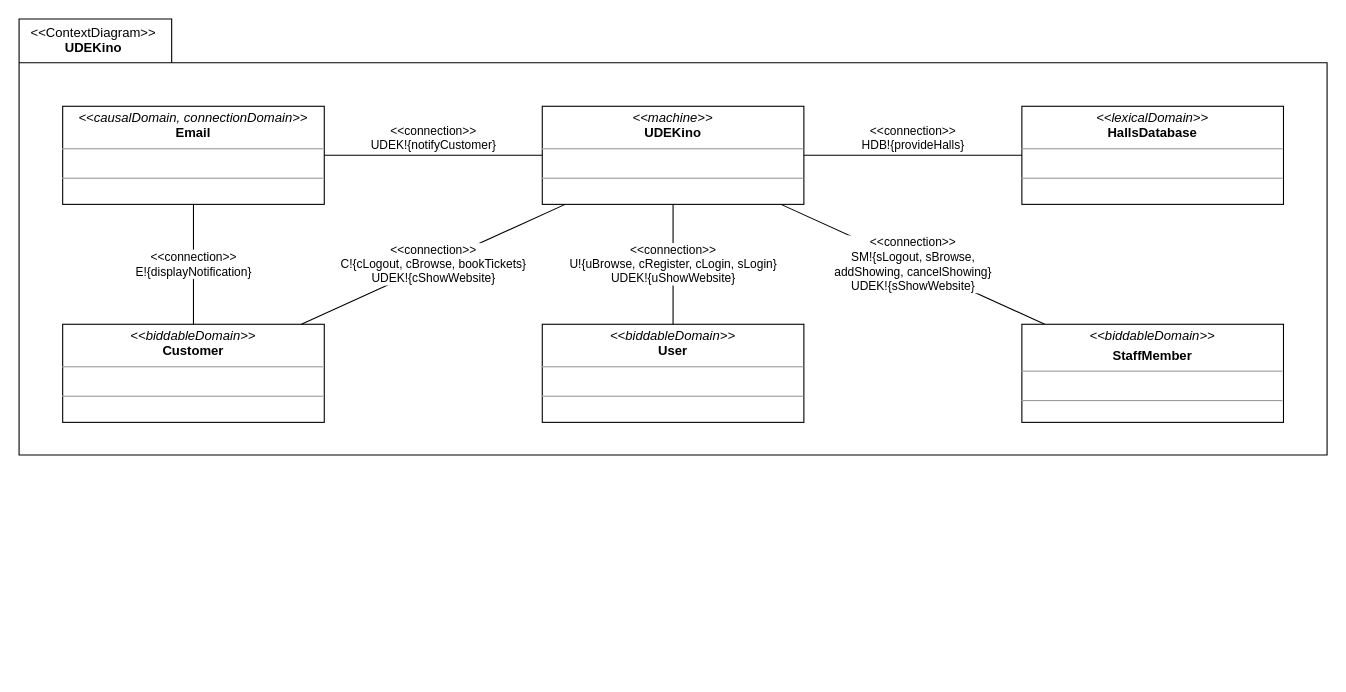
This is a02_context_diagram.drawio from melvdlin/swtlab, a draw.io file, before an edit. Source tidied: cells renumbered, new cells numbered last; positions are measured from the earlier drawing's top-left corner, leaving out a move shared by most shapes. Both pictures are drawn from the tidied source at 109%, with x=0, y=0 at pixel (19, 19).
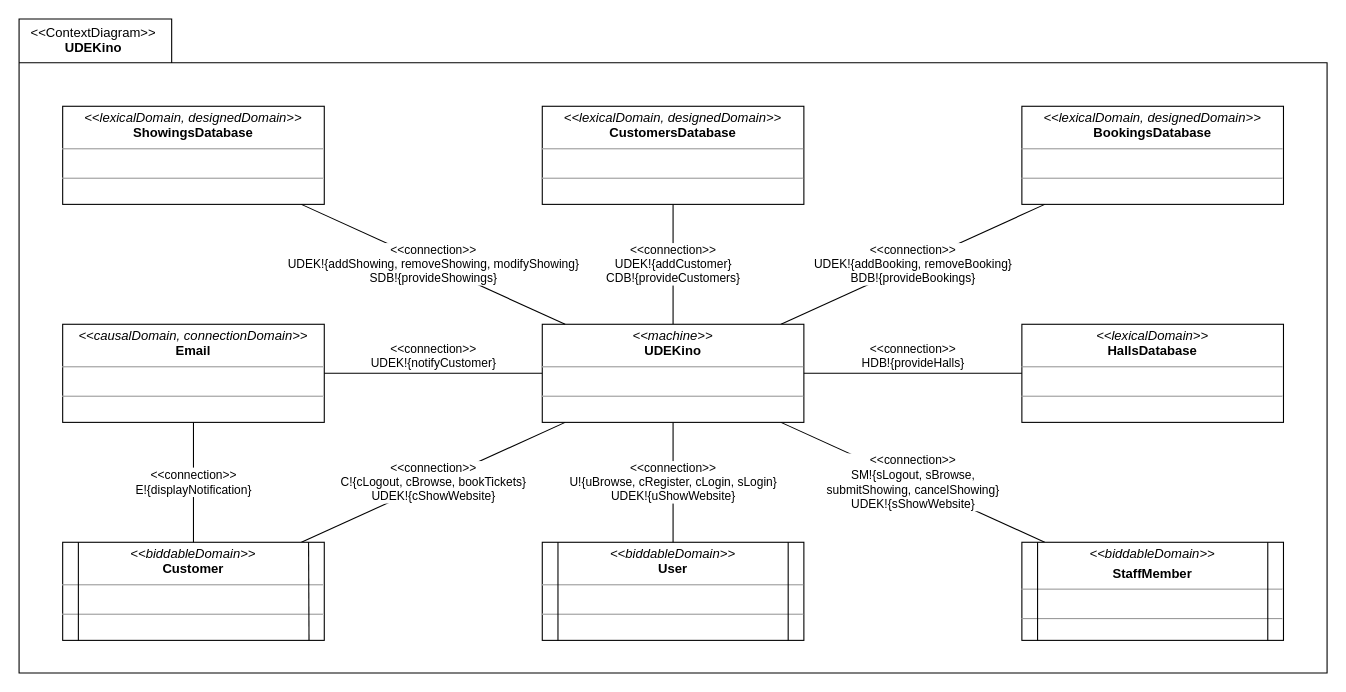
Above is the later version.

The edit, as a diff of the source:
```diff
@@
     <mxCell id="2" value="&lt;div style=&quot;&quot;&gt;&lt;span style=&quot;font-weight: 400; background-color: initial;&quot;&gt;&amp;lt;&amp;lt;ContextDiagram&amp;gt;&amp;gt;&lt;/span&gt;&lt;/div&gt;&lt;div style=&quot;text-align: center;&quot;&gt;&lt;span style=&quot;background-color: initial;&quot;&gt;UDEKino&lt;/span&gt;&lt;/div&gt;" style="shape=folder;fontStyle=1;spacingTop=1;tabWidth=140;tabHeight=40;tabPosition=left;html=1;rounded=0;shadow=0;glass=0;comic=0;sketch=0;gradientColor=none;labelPosition=center;verticalLabelPosition=middle;align=left;verticalAlign=top;spacing=0;spacingLeft=11;" parent="1" vertex="1">
-      <mxGeometry width="1200" height="400" as="geometry" />
+      <mxGeometry width="1200" height="600" as="geometry" />
     </mxCell>
-    <mxCell id="3" style="group;" parent="1" vertex="1">
-      <mxGeometry x="40" y="80" width="1120" height="290" as="geometry" />
-    </mxCell>
-    <mxCell id="4" value="&lt;p style=&quot;margin: 0px ; margin-top: 4px ; text-align: center&quot;&gt;&lt;i&gt;&amp;lt;&amp;lt;biddableDomain&amp;gt;&amp;gt;&lt;/i&gt;&lt;br&gt;&lt;b&gt;Customer&lt;/b&gt;&lt;/p&gt;&lt;hr size=&quot;1&quot;&gt;&lt;p style=&quot;margin: 0px ; margin-left: 4px&quot;&gt;&lt;br&gt;&lt;/p&gt;&lt;hr size=&quot;1&quot;&gt;&lt;p style=&quot;margin: 0px ; margin-left: 4px&quot;&gt;&lt;br&gt;&lt;/p&gt;" style="verticalAlign=top;align=left;overflow=fill;fontSize=12;fontFamily=Helvetica;html=1;rounded=0;shadow=0;glass=0;comic=0;sketch=0;fontColor=default;gradientColor=none;" parent="3" vertex="1">
-      <mxGeometry y="200" width="240" height="90" as="geometry" />
-    </mxCell>
-    <mxCell id="5" value="&amp;lt;&amp;lt;connection&amp;gt;&amp;gt;&lt;br&gt;E!{displayNotification}" style="edgeStyle=none;rounded=0;jettySize=auto;html=1;endArrow=none;endFill=0;" parent="3" edge="1" source="6" target="4">
-      <mxGeometry relative="1" as="geometry" />
-    </mxCell>
+    <mxCell id="16" style="group;" parent="1" vertex="1">
+      <mxGeometry x="40" y="80" width="1120" height="490" as="geometry" />
+    </mxCell>
+    <mxCell id="17" value="&lt;p style=&quot;margin: 0px ; margin-top: 4px ; text-align: center&quot;&gt;&lt;i&gt;&amp;lt;&amp;lt;lexicalDomain, designedDomain&amp;gt;&amp;gt;&lt;/i&gt;&lt;br&gt;&lt;b&gt;ShowingsDatabase&lt;/b&gt;&lt;/p&gt;&lt;hr size=&quot;1&quot;&gt;&lt;p style=&quot;margin: 0px ; margin-left: 4px&quot;&gt;&lt;br&gt;&lt;/p&gt;&lt;hr size=&quot;1&quot;&gt;&lt;p style=&quot;margin: 0px ; margin-left: 4px&quot;&gt;&lt;br&gt;&lt;/p&gt;" style="verticalAlign=top;align=left;overflow=fill;fontSize=12;fontFamily=Helvetica;html=1;rounded=0;shadow=0;glass=0;comic=0;sketch=0;fontColor=default;gradientColor=none;strokeWidth=1;" parent="16" vertex="1">
+      <mxGeometry width="240" height="90" as="geometry" />
+    </mxCell>
+    <mxCell id="18" value="&lt;p style=&quot;margin: 0px ; margin-top: 4px ; text-align: center&quot;&gt;&lt;i&gt;&amp;lt;&amp;lt;lexicalDomain, designedDomain&amp;gt;&amp;gt;&lt;/i&gt;&lt;br&gt;&lt;b&gt;CustomersDatabase&lt;/b&gt;&lt;/p&gt;&lt;hr size=&quot;1&quot;&gt;&lt;p style=&quot;margin: 0px ; margin-left: 4px&quot;&gt;&lt;br&gt;&lt;/p&gt;&lt;hr size=&quot;1&quot;&gt;&lt;p style=&quot;margin: 0px ; margin-left: 4px&quot;&gt;&lt;br&gt;&lt;/p&gt;" style="verticalAlign=top;align=left;overflow=fill;fontSize=12;fontFamily=Helvetica;html=1;rounded=0;shadow=0;glass=0;comic=0;sketch=0;fontColor=default;gradientColor=none;strokeWidth=1;" parent="16" vertex="1">
+      <mxGeometry x="440" width="240" height="90" as="geometry" />
+    </mxCell>
+    <mxCell id="19" value="&lt;p style=&quot;margin: 0px ; margin-top: 4px ; text-align: center&quot;&gt;&lt;i&gt;&amp;lt;&amp;lt;lexicalDomain, designedDomain&amp;gt;&amp;gt;&lt;/i&gt;&lt;br&gt;&lt;b&gt;BookingsDatabase&lt;/b&gt;&lt;/p&gt;&lt;hr size=&quot;1&quot;&gt;&lt;p style=&quot;margin: 0px ; margin-left: 4px&quot;&gt;&lt;br&gt;&lt;/p&gt;&lt;hr size=&quot;1&quot;&gt;&lt;p style=&quot;margin: 0px ; margin-left: 4px&quot;&gt;&lt;br&gt;&lt;/p&gt;" style="verticalAlign=top;align=left;overflow=fill;fontSize=12;fontFamily=Helvetica;html=1;rounded=0;shadow=0;glass=0;comic=0;sketch=0;fontColor=default;gradientColor=none;strokeWidth=1;" parent="16" vertex="1">
+      <mxGeometry x="880" width="240" height="90" as="geometry" />
+    </mxCell>
-    <mxCell id="6" value="&lt;p style=&quot;margin: 0px ; margin-top: 4px ; text-align: center&quot;&gt;&lt;i&gt;&amp;lt;&amp;lt;causalDomain, connectionDomain&amp;gt;&amp;gt;&lt;/i&gt;&lt;br&gt;&lt;b&gt;Email&lt;/b&gt;&lt;/p&gt;&lt;hr size=&quot;1&quot;&gt;&lt;p style=&quot;margin: 0px ; margin-left: 4px&quot;&gt;&lt;br&gt;&lt;/p&gt;&lt;hr size=&quot;1&quot;&gt;&lt;p style=&quot;margin: 0px ; margin-left: 4px&quot;&gt;&lt;br&gt;&lt;/p&gt;" style="verticalAlign=top;align=left;overflow=fill;fontSize=12;fontFamily=Helvetica;html=1;rounded=0;shadow=0;glass=0;comic=0;sketch=0;fontColor=default;gradientColor=none;" parent="3" vertex="1">
-      <mxGeometry width="240" height="90" as="geometry" />
+    <mxCell id="6" value="&lt;p style=&quot;margin: 0px ; margin-top: 4px ; text-align: center&quot;&gt;&lt;i&gt;&amp;lt;&amp;lt;causalDomain, connectionDomain&amp;gt;&amp;gt;&lt;/i&gt;&lt;br&gt;&lt;b&gt;Email&lt;/b&gt;&lt;/p&gt;&lt;hr size=&quot;1&quot;&gt;&lt;p style=&quot;margin: 0px ; margin-left: 4px&quot;&gt;&lt;br&gt;&lt;/p&gt;&lt;hr size=&quot;1&quot;&gt;&lt;p style=&quot;margin: 0px ; margin-left: 4px&quot;&gt;&lt;br&gt;&lt;/p&gt;" style="verticalAlign=top;align=left;overflow=fill;fontSize=12;fontFamily=Helvetica;html=1;rounded=0;shadow=0;glass=0;comic=0;sketch=0;fontColor=default;gradientColor=none;" parent="16" vertex="1">
+      <mxGeometry y="200" width="240" height="90" as="geometry" />
     </mxCell>
-    <mxCell id="7" value="&lt;p style=&quot;margin: 0px ; margin-top: 4px ; text-align: center&quot;&gt;&lt;i&gt;&amp;lt;&amp;lt;biddableDomain&amp;gt;&amp;gt;&lt;/i&gt;&lt;br&gt;&lt;b&gt;User&lt;/b&gt;&lt;/p&gt;&lt;hr size=&quot;1&quot;&gt;&lt;p style=&quot;margin: 0px ; margin-left: 4px&quot;&gt;&lt;br&gt;&lt;/p&gt;&lt;hr size=&quot;1&quot;&gt;&lt;p style=&quot;margin: 0px ; margin-left: 4px&quot;&gt;&lt;br&gt;&lt;/p&gt;" style="verticalAlign=top;align=left;overflow=fill;fontSize=12;fontFamily=Helvetica;html=1;rounded=0;shadow=0;glass=0;comic=0;sketch=0;fontColor=default;gradientColor=none;" parent="3" vertex="1">
-      <mxGeometry x="440" y="200" width="240" height="90" as="geometry" />
-    </mxCell>
-    <mxCell id="8" value="&amp;lt;&amp;lt;connection&amp;gt;&amp;gt;&lt;br&gt;UDEK!{notifyCustomer}" style="rounded=0;jettySize=auto;html=1;endArrow=none;endFill=0;verticalAlign=bottom;" parent="3" edge="1" source="10" target="6">
+    <mxCell id="8" value="&amp;lt;&amp;lt;connection&amp;gt;&amp;gt;&lt;br&gt;UDEK!{notifyCustomer}" style="rounded=0;jettySize=auto;html=1;endArrow=none;endFill=0;verticalAlign=bottom;" parent="16" edge="1" source="10" target="6">
       <mxGeometry relative="1" as="geometry" />
     </mxCell>
-    <mxCell id="9" value="&amp;lt;&amp;lt;connection&amp;gt;&amp;gt;&lt;br&gt;U!{uBrowse, cRegister, cLogin, sLogin}&lt;br&gt;UDEK!{uShowWebsite}" style="edgeStyle=none;rounded=0;jettySize=auto;html=1;endArrow=none;endFill=0;" parent="3" edge="1" source="10" target="7">
-      <mxGeometry relative="1" as="geometry" />
-    </mxCell>
+    <mxCell id="20" value="&amp;lt;&amp;lt;connection&amp;gt;&amp;gt;&lt;br&gt;UDEK!{addCustomer}&lt;br&gt;CDB!{provideCustomers}" style="edgeStyle=none;shape=connector;rounded=0;jettySize=auto;html=1;labelBackgroundColor=default;fontFamily=Helvetica;fontSize=11;fontColor=default;endArrow=none;endFill=0;strokeColor=default;strokeWidth=1;" parent="16" edge="1" source="10" target="18">
+      <mxGeometry relative="1" as="geometry" />
+    </mxCell>
+    <mxCell id="21" value="&amp;lt;&amp;lt;connection&amp;gt;&amp;gt;&lt;br&gt;UDEK!{addBooking, removeBooking}&lt;br&gt;BDB!{provideBookings}" style="edgeStyle=none;shape=connector;rounded=0;jettySize=auto;html=1;labelBackgroundColor=default;fontFamily=Helvetica;fontSize=11;fontColor=default;endArrow=none;endFill=0;strokeColor=default;strokeWidth=1;" parent="16" edge="1" source="10" target="19">
+      <mxGeometry relative="1" as="geometry" />
+    </mxCell>
-    <mxCell id="10" value="&lt;p style=&quot;margin:0px;margin-top:4px;text-align:center;&quot;&gt;&lt;i&gt;&amp;lt;&amp;lt;machine&amp;gt;&amp;gt;&lt;/i&gt;&lt;br&gt;&lt;b&gt;UDEKino&lt;/b&gt;&lt;/p&gt;&lt;hr size=&quot;1&quot;&gt;&lt;p style=&quot;margin:0px;margin-left:4px;&quot;&gt;&lt;br&gt;&lt;/p&gt;&lt;hr size=&quot;1&quot;&gt;&lt;p style=&quot;margin:0px;margin-left:4px;&quot;&gt;&lt;br&gt;&lt;/p&gt;" style="verticalAlign=top;align=left;overflow=fill;fontSize=12;fontFamily=Helvetica;html=1;rounded=0;shadow=0;glass=0;comic=0;sketch=0;fontColor=default;gradientColor=none;" parent="3" vertex="1">
-      <mxGeometry x="440" width="240" height="90" as="geometry" />
+    <mxCell id="10" value="&lt;p style=&quot;margin:0px;margin-top:4px;text-align:center;&quot;&gt;&lt;i&gt;&amp;lt;&amp;lt;machine&amp;gt;&amp;gt;&lt;/i&gt;&lt;br&gt;&lt;b&gt;UDEKino&lt;/b&gt;&lt;/p&gt;&lt;hr size=&quot;1&quot;&gt;&lt;p style=&quot;margin:0px;margin-left:4px;&quot;&gt;&lt;br&gt;&lt;/p&gt;&lt;hr size=&quot;1&quot;&gt;&lt;p style=&quot;margin:0px;margin-left:4px;&quot;&gt;&lt;br&gt;&lt;/p&gt;" style="verticalAlign=top;align=left;overflow=fill;fontSize=12;fontFamily=Helvetica;html=1;rounded=0;shadow=0;glass=0;comic=0;sketch=0;fontColor=default;gradientColor=none;" parent="16" vertex="1">
+      <mxGeometry x="440" y="200" width="240" height="90" as="geometry" />
     </mxCell>
+    <mxCell id="22" value="&amp;lt;&amp;lt;connection&amp;gt;&amp;gt;&lt;br&gt;UDEK!{addShowing, removeShowing, modifyShowing}&lt;br&gt;SDB!{provideShowings}" style="edgeStyle=none;shape=connector;rounded=0;jettySize=auto;html=1;labelBackgroundColor=default;fontFamily=Helvetica;fontSize=11;fontColor=default;endArrow=none;endFill=0;strokeColor=default;strokeWidth=1;" parent="16" edge="1" source="17" target="10">
+      <mxGeometry relative="1" as="geometry" />
+    </mxCell>
-    <mxCell id="11" value="&amp;lt;&amp;lt;connection&amp;gt;&amp;gt;&lt;br&gt;C!{cLogout, cBrowse, bookTickets}&lt;br&gt;UDEK!{cShowWebsite}" style="rounded=0;jettySize=auto;html=1;endArrow=none;endFill=0;verticalAlign=middle;" parent="3" edge="1" source="4" target="10">
+    <mxCell id="11" value="&amp;lt;&amp;lt;connection&amp;gt;&amp;gt;&lt;br&gt;C!{cLogout, cBrowse, bookTickets}&lt;br&gt;UDEK!{cShowWebsite}" style="rounded=0;jettySize=auto;html=1;endArrow=none;endFill=0;verticalAlign=middle;" parent="16" edge="1" source="4" target="10">
       <mxGeometry relative="1" as="geometry" />
     </mxCell>
-    <mxCell id="12" value="&lt;p style=&quot;margin: 0px ; margin-top: 4px ; text-align: center&quot;&gt;&lt;i&gt;&amp;lt;&amp;lt;lexicalDomain&amp;gt;&amp;gt;&lt;/i&gt;&lt;br&gt;&lt;b&gt;HallsDatabase&lt;/b&gt;&lt;/p&gt;&lt;hr size=&quot;1&quot;&gt;&lt;p style=&quot;margin: 0px ; margin-left: 4px&quot;&gt;&lt;br&gt;&lt;/p&gt;&lt;hr size=&quot;1&quot;&gt;&lt;p style=&quot;margin: 0px ; margin-left: 4px&quot;&gt;&lt;br&gt;&lt;/p&gt;" style="verticalAlign=top;align=left;overflow=fill;fontSize=12;fontFamily=Helvetica;html=1;rounded=0;shadow=0;glass=0;comic=0;sketch=0;fontColor=default;gradientColor=none;" parent="3" vertex="1">
-      <mxGeometry x="880" width="240" height="90" as="geometry" />
+    <mxCell id="12" value="&lt;p style=&quot;margin: 0px ; margin-top: 4px ; text-align: center&quot;&gt;&lt;i&gt;&amp;lt;&amp;lt;lexicalDomain&amp;gt;&amp;gt;&lt;/i&gt;&lt;br&gt;&lt;b&gt;HallsDatabase&lt;/b&gt;&lt;/p&gt;&lt;hr size=&quot;1&quot;&gt;&lt;p style=&quot;margin: 0px ; margin-left: 4px&quot;&gt;&lt;br&gt;&lt;/p&gt;&lt;hr size=&quot;1&quot;&gt;&lt;p style=&quot;margin: 0px ; margin-left: 4px&quot;&gt;&lt;br&gt;&lt;/p&gt;" style="verticalAlign=top;align=left;overflow=fill;fontSize=12;fontFamily=Helvetica;html=1;rounded=0;shadow=0;glass=0;comic=0;sketch=0;fontColor=default;gradientColor=none;" parent="16" vertex="1">
+      <mxGeometry x="880" y="200" width="240" height="90" as="geometry" />
     </mxCell>
-    <mxCell id="13" value="&amp;lt;&amp;lt;connection&amp;gt;&amp;gt;&lt;br&gt;HDB!{provideHalls}" style="edgeStyle=none;rounded=0;jettySize=auto;html=1;endArrow=none;endFill=0;verticalAlign=bottom;" parent="3" edge="1" source="10" target="12">
+    <mxCell id="13" value="&amp;lt;&amp;lt;connection&amp;gt;&amp;gt;&lt;br&gt;HDB!{provideHalls}" style="edgeStyle=none;rounded=0;jettySize=auto;html=1;endArrow=none;endFill=0;verticalAlign=bottom;" parent="16" edge="1" source="10" target="12">
       <mxGeometry relative="1" as="geometry" />
     </mxCell>
-    <mxCell id="14" value="&amp;lt;&amp;lt;connection&amp;gt;&amp;gt;&lt;br&gt;SM!{sLogout, sBrowse,&lt;br&gt;addShowing, cancelShowing}&lt;br&gt;UDEK!{sShowWebsite}" style="rounded=0;jettySize=auto;html=1;endArrow=none;endFill=0;verticalAlign=middle;" parent="3" edge="1" source="15" target="10">
+    <mxCell id="14" value="&amp;lt;&amp;lt;connection&amp;gt;&amp;gt;&lt;br&gt;SM!{sLogout, sBrowse,&lt;br&gt;submitShowing, cancelShowing}&lt;br&gt;UDEK!{sShowWebsite}" style="rounded=0;jettySize=auto;html=1;endArrow=none;endFill=0;verticalAlign=middle;" parent="16" edge="1" source="15" target="10">
       <mxGeometry relative="1" as="geometry" />
     </mxCell>
+    <mxCell id="23" style="group;" parent="16" vertex="1">
+      <mxGeometry y="400" width="240" height="90" as="geometry" />
+    </mxCell>
+    <mxCell id="4" value="&lt;p style=&quot;margin: 0px ; margin-top: 4px ; text-align: center&quot;&gt;&lt;i&gt;&amp;lt;&amp;lt;biddableDomain&amp;gt;&amp;gt;&lt;/i&gt;&lt;br&gt;&lt;b&gt;Customer&lt;/b&gt;&lt;/p&gt;&lt;hr size=&quot;1&quot;&gt;&lt;p style=&quot;margin: 0px ; margin-left: 4px&quot;&gt;&lt;br&gt;&lt;/p&gt;&lt;hr size=&quot;1&quot;&gt;&lt;p style=&quot;margin: 0px ; margin-left: 4px&quot;&gt;&lt;br&gt;&lt;/p&gt;" style="verticalAlign=top;align=left;overflow=fill;fontSize=12;fontFamily=Helvetica;html=1;rounded=0;shadow=0;glass=0;comic=0;sketch=0;fontColor=default;gradientColor=none;points=[[0,0,0,0,0],[0,0.24,0,0,0],[0,0.5,0,0,0],[0,0.76,0,0,0],[0,1,0,0,0],[0.06,0,0,0,0],[0.06,1,0,0,0],[0.13,0,0,0,0],[0.13,1,0,0,0],[0.25,0,0,0,0],[0.25,1,0,0,0],[0.5,0,0,0,0],[0.5,1,0,0,0],[0.75,0,0,0,0],[0.75,1,0,0,0],[0.88,0,0,0,0],[0.88,1,0,0,0],[0.94,0,0,0,0],[0.94,1,0,0,0],[1,0,0,0,0],[1,0.26,0,0,0],[1,0.5,0,0,0],[1,0.76,0,0,0],[1,1,0,0,0]];strokeWidth=1;" parent="23" vertex="1">
+      <mxGeometry width="240" height="90" as="geometry" />
+    </mxCell>
+    <mxCell id="24" style="rounded=0;orthogonalLoop=1;jettySize=auto;html=1;endArrow=none;endFill=0;strokeWidth=1;entryX=0.06;entryY=1;entryDx=0;entryDy=0;entryPerimeter=0;exitX=0.06;exitY=0;exitDx=0;exitDy=0;exitPerimeter=0;" parent="23" edge="1" source="4" target="4">
+      <mxGeometry relative="1" as="geometry" />
+    </mxCell>
+    <mxCell id="25" style="edgeStyle=none;shape=connector;rounded=0;jettySize=auto;html=1;exitX=0.94;exitY=0;exitDx=0;exitDy=0;exitPerimeter=0;labelBackgroundColor=default;fontFamily=Helvetica;fontSize=11;fontColor=default;endArrow=none;endFill=0;strokeColor=default;strokeWidth=1;" parent="23" edge="1" source="4">
+      <mxGeometry relative="1" as="geometry">
+        <mxPoint x="226" y="90" as="targetPoint" />
+      </mxGeometry>
+    </mxCell>
+    <mxCell id="5" value="&amp;lt;&amp;lt;connection&amp;gt;&amp;gt;&lt;br&gt;E!{displayNotification}" style="edgeStyle=none;rounded=0;jettySize=auto;html=1;endArrow=none;endFill=0;" parent="16" edge="1" source="6" target="4">
+      <mxGeometry relative="1" as="geometry" />
+    </mxCell>
+    <mxCell id="26" style="group;" parent="16" vertex="1">
+      <mxGeometry x="440" y="400" width="240" height="90" as="geometry" />
+    </mxCell>
+    <mxCell id="7" value="&lt;p style=&quot;margin: 0px ; margin-top: 4px ; text-align: center&quot;&gt;&lt;i&gt;&amp;lt;&amp;lt;biddableDomain&amp;gt;&amp;gt;&lt;/i&gt;&lt;br&gt;&lt;b&gt;User&lt;/b&gt;&lt;/p&gt;&lt;hr size=&quot;1&quot;&gt;&lt;p style=&quot;margin: 0px ; margin-left: 4px&quot;&gt;&lt;br&gt;&lt;/p&gt;&lt;hr size=&quot;1&quot;&gt;&lt;p style=&quot;margin: 0px ; margin-left: 4px&quot;&gt;&lt;br&gt;&lt;/p&gt;" style="verticalAlign=top;align=left;overflow=fill;fontSize=12;fontFamily=Helvetica;html=1;rounded=0;shadow=0;glass=0;comic=0;sketch=0;fontColor=default;gradientColor=none;points=[[0,0,0,0,0],[0,0.24,0,0,0],[0,0.5,0,0,0],[0,0.76,0,0,0],[0,1,0,0,0],[0.06,0,0,0,0],[0.06,1,0,0,0],[0.13,0,0,0,0],[0.13,1,0,0,0],[0.25,0,0,0,0],[0.25,1,0,0,0],[0.5,0,0,0,0],[0.5,1,0,0,0],[0.75,0,0,0,0],[0.75,1,0,0,0],[0.88,0,0,0,0],[0.88,1,0,0,0],[0.94,0,0,0,0],[0.94,1,0,0,0],[1,0,0,0,0],[1,0.26,0,0,0],[1,0.5,0,0,0],[1,0.76,0,0,0],[1,1,0,0,0]];" parent="26" vertex="1">
+      <mxGeometry width="240" height="90" as="geometry" />
+    </mxCell>
+    <mxCell id="27" style="edgeStyle=none;shape=connector;rounded=0;orthogonalLoop=1;jettySize=auto;html=1;exitX=0.06;exitY=0;exitDx=0;exitDy=0;exitPerimeter=0;entryX=0.06;entryY=1;entryDx=0;entryDy=0;entryPerimeter=0;labelBackgroundColor=default;fontFamily=Helvetica;fontSize=11;fontColor=default;endArrow=none;endFill=0;strokeColor=default;strokeWidth=1;" parent="26" edge="1" source="7" target="7">
+      <mxGeometry relative="1" as="geometry" />
+    </mxCell>
+    <mxCell id="28" style="edgeStyle=none;shape=connector;rounded=0;orthogonalLoop=1;jettySize=auto;html=1;exitX=0.94;exitY=0;exitDx=0;exitDy=0;exitPerimeter=0;entryX=0.94;entryY=1;entryDx=0;entryDy=0;entryPerimeter=0;labelBackgroundColor=default;fontFamily=Helvetica;fontSize=11;fontColor=default;endArrow=none;endFill=0;strokeColor=default;strokeWidth=1;" parent="26" edge="1" source="7" target="7">
+      <mxGeometry relative="1" as="geometry" />
+    </mxCell>
+    <mxCell id="29" style="group;" parent="16" vertex="1">
+      <mxGeometry x="880" y="400" width="240" height="90" as="geometry" />
+    </mxCell>
-    <mxCell id="15" value="&lt;p style=&quot;margin: 0px ; margin-top: 4px ; text-align: center&quot;&gt;&lt;i&gt;&amp;lt;&amp;lt;biddableD&lt;/i&gt;&lt;i&gt;omain&amp;gt;&amp;gt;&lt;/i&gt;&lt;/p&gt;&lt;p style=&quot;margin: 0px ; margin-top: 4px ; text-align: center&quot;&gt;&lt;b&gt;StaffMember&lt;/b&gt;&lt;/p&gt;&lt;hr size=&quot;1&quot;&gt;&lt;p style=&quot;margin: 0px ; margin-left: 4px&quot;&gt;&lt;br&gt;&lt;/p&gt;&lt;hr size=&quot;1&quot;&gt;&lt;p style=&quot;margin: 0px ; margin-left: 4px&quot;&gt;&lt;br&gt;&lt;/p&gt;" style="verticalAlign=top;align=left;overflow=fill;fontSize=12;fontFamily=Helvetica;html=1;rounded=0;shadow=0;glass=0;comic=0;sketch=0;fontColor=default;gradientColor=none;" parent="3" vertex="1">
-      <mxGeometry x="880" y="200" width="240" height="90" as="geometry" />
+    <mxCell id="15" value="&lt;p style=&quot;margin: 0px ; margin-top: 4px ; text-align: center&quot;&gt;&lt;i&gt;&amp;lt;&amp;lt;biddableD&lt;/i&gt;&lt;i&gt;omain&amp;gt;&amp;gt;&lt;/i&gt;&lt;/p&gt;&lt;p style=&quot;margin: 0px ; margin-top: 4px ; text-align: center&quot;&gt;&lt;b&gt;StaffMember&lt;/b&gt;&lt;/p&gt;&lt;hr size=&quot;1&quot;&gt;&lt;p style=&quot;margin: 0px ; margin-left: 4px&quot;&gt;&lt;br&gt;&lt;/p&gt;&lt;hr size=&quot;1&quot;&gt;&lt;p style=&quot;margin: 0px ; margin-left: 4px&quot;&gt;&lt;br&gt;&lt;/p&gt;" style="verticalAlign=top;align=left;overflow=fill;fontSize=12;fontFamily=Helvetica;html=1;rounded=0;shadow=0;glass=0;comic=0;sketch=0;fontColor=default;gradientColor=none;points=[[0,0,0,0,0],[0,0.24,0,0,0],[0,0.5,0,0,0],[0,0.76,0,0,0],[0,1,0,0,0],[0.06,0,0,0,0],[0.06,1,0,0,0],[0.13,0,0,0,0],[0.13,1,0,0,0],[0.25,0,0,0,0],[0.25,1,0,0,0],[0.5,0,0,0,0],[0.5,1,0,0,0],[0.75,0,0,0,0],[0.75,1,0,0,0],[0.88,0,0,0,0],[0.88,1,0,0,0],[0.94,0,0,0,0],[0.94,1,0,0,0],[1,0,0,0,0],[1,0.26,0,0,0],[1,0.5,0,0,0],[1,0.76,0,0,0],[1,1,0,0,0]];" parent="29" vertex="1">
+      <mxGeometry width="240" height="90" as="geometry" />
     </mxCell>
+    <mxCell id="30" style="edgeStyle=none;shape=connector;rounded=0;orthogonalLoop=1;jettySize=auto;html=1;exitX=0.06;exitY=0;exitDx=0;exitDy=0;exitPerimeter=0;entryX=0.06;entryY=1;entryDx=0;entryDy=0;entryPerimeter=0;labelBackgroundColor=default;fontFamily=Helvetica;fontSize=11;fontColor=default;endArrow=none;endFill=0;strokeColor=default;strokeWidth=1;" parent="29" edge="1" source="15" target="15">
+      <mxGeometry relative="1" as="geometry" />
+    </mxCell>
+    <mxCell id="31" style="edgeStyle=none;shape=connector;rounded=0;orthogonalLoop=1;jettySize=auto;html=1;exitX=0.94;exitY=0;exitDx=0;exitDy=0;exitPerimeter=0;entryX=0.94;entryY=1;entryDx=0;entryDy=0;entryPerimeter=0;labelBackgroundColor=default;fontFamily=Helvetica;fontSize=11;fontColor=default;endArrow=none;endFill=0;strokeColor=default;strokeWidth=1;" parent="29" edge="1" source="15" target="15">
+      <mxGeometry relative="1" as="geometry" />
+    </mxCell>
+    <mxCell id="9" value="&amp;lt;&amp;lt;connection&amp;gt;&amp;gt;&lt;br&gt;U!{uBrowse, cRegister, cLogin, sLogin}&lt;br&gt;UDEK!{uShowWebsite}" style="edgeStyle=none;rounded=0;jettySize=auto;html=1;endArrow=none;endFill=0;" parent="16" edge="1" source="10" target="7">
+      <mxGeometry relative="1" as="geometry" />
+    </mxCell>
```
